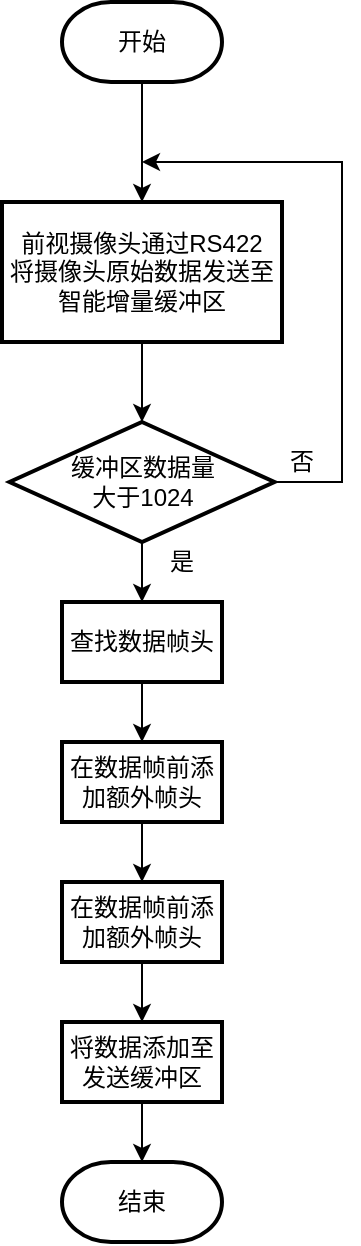
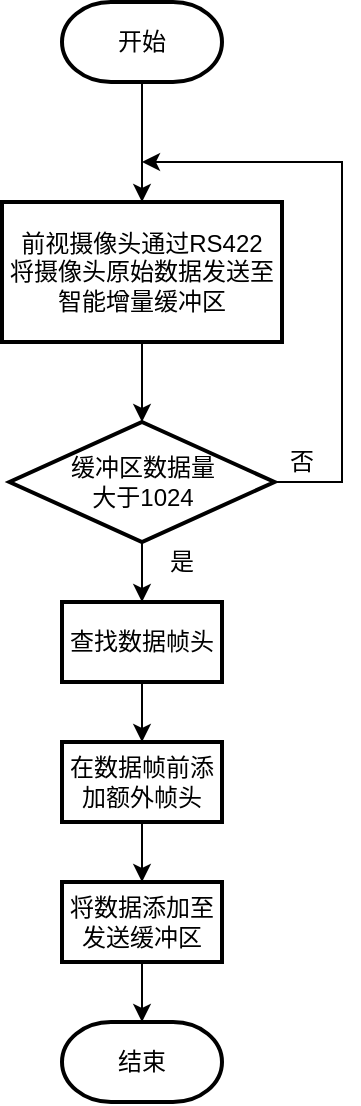
<mxfile host="app.diagrams.net">
  <diagram name="第 1 页" id="6XFq_oPOl3FW5iH_-F8y">
-     <mxGraphModel dx="1106" dy="710" grid="1" gridSize="10" guides="1" tooltips="1" connect="1" arrows="1" fold="1" page="1" pageScale="1" pageWidth="827" pageHeight="1169" math="0" shadow="0">
+     <mxGraphModel dx="1032" dy="663" grid="1" gridSize="10" guides="1" tooltips="1" connect="1" arrows="1" fold="1" page="1" pageScale="1" pageWidth="827" pageHeight="1169" math="0" shadow="0">
      <root>
        <mxCell id="0" />
        <mxCell id="1" parent="0" />
        <mxCell id="WzV0jOyGfDMt8N5RZz91-1" parent="1" style="strokeWidth=2;html=1;shape=mxgraph.flowchart.terminator;whiteSpace=wrap;" value="开始" vertex="1">
          <mxGeometry height="40" width="80" x="320" y="40" as="geometry" />
        </mxCell>
        <mxCell id="WzV0jOyGfDMt8N5RZz91-2" parent="1" style="rounded=1;whiteSpace=wrap;html=1;absoluteArcSize=1;arcSize=0;strokeWidth=2;" value="前视摄像头通过RS422&lt;div&gt;将摄像头原始数据发送至&lt;div&gt;智能增量缓冲区&lt;/div&gt;&lt;/div&gt;" vertex="1">
          <mxGeometry height="70" width="140" x="290" y="140" as="geometry" />
        </mxCell>
        <mxCell id="WzV0jOyGfDMt8N5RZz91-3" edge="1" parent="1" source="WzV0jOyGfDMt8N5RZz91-4" style="edgeStyle=orthogonalEdgeStyle;rounded=0;orthogonalLoop=1;jettySize=auto;html=1;exitX=1;exitY=0.5;exitDx=0;exitDy=0;exitPerimeter=0;">
          <mxGeometry relative="1" as="geometry">
            <Array as="points">
              <mxPoint x="460" y="280" />
              <mxPoint x="460" y="120" />
            </Array>
            <mxPoint x="360" y="120" as="targetPoint" />
          </mxGeometry>
        </mxCell>
        <mxCell id="WzV0jOyGfDMt8N5RZz91-4" parent="1" style="strokeWidth=2;html=1;shape=mxgraph.flowchart.decision;whiteSpace=wrap;" value="缓冲区数据量&lt;div&gt;大于1024&lt;br&gt;&lt;/div&gt;" vertex="1">
          <mxGeometry height="60" width="132.5" x="293.75" y="250" as="geometry" />
        </mxCell>
        <mxCell id="WzV0jOyGfDMt8N5RZz91-5" edge="1" parent="1" source="WzV0jOyGfDMt8N5RZz91-1" style="endArrow=classic;html=1;rounded=0;exitX=0.5;exitY=1;exitDx=0;exitDy=0;exitPerimeter=0;" target="WzV0jOyGfDMt8N5RZz91-2" value="">
          <mxGeometry height="50" relative="1" width="50" as="geometry">
            <mxPoint x="430" y="250" as="sourcePoint" />
            <mxPoint x="480" y="200" as="targetPoint" />
          </mxGeometry>
        </mxCell>
        <mxCell id="WzV0jOyGfDMt8N5RZz91-6" edge="1" parent="1" source="WzV0jOyGfDMt8N5RZz91-2" style="endArrow=classic;html=1;rounded=0;exitX=0.5;exitY=1;exitDx=0;exitDy=0;entryX=0.5;entryY=0;entryDx=0;entryDy=0;entryPerimeter=0;" target="WzV0jOyGfDMt8N5RZz91-4" value="">
          <mxGeometry height="50" relative="1" width="50" as="geometry">
            <mxPoint x="370" y="200" as="sourcePoint" />
            <mxPoint x="420" y="150" as="targetPoint" />
          </mxGeometry>
        </mxCell>
        <mxCell id="WzV0jOyGfDMt8N5RZz91-8" edge="1" parent="1" source="WzV0jOyGfDMt8N5RZz91-4" style="endArrow=classic;html=1;rounded=0;exitX=0.5;exitY=1;exitDx=0;exitDy=0;exitPerimeter=0;" target="WzV0jOyGfDMt8N5RZz91-22" value="">
          <mxGeometry height="50" relative="1" width="50" as="geometry">
            <mxPoint x="340" y="399" as="sourcePoint" />
            <mxPoint x="360" y="359" as="targetPoint" />
          </mxGeometry>
        </mxCell>
        <mxCell id="WzV0jOyGfDMt8N5RZz91-9" parent="1" style="text;html=1;whiteSpace=wrap;strokeColor=none;fillColor=none;align=center;verticalAlign=middle;rounded=0;" value="是" vertex="1">
          <mxGeometry height="20" width="40" x="360" y="310" as="geometry" />
        </mxCell>
        <mxCell id="WzV0jOyGfDMt8N5RZz91-14" edge="1" parent="1" source="WzV0jOyGfDMt8N5RZz91-22" style="endArrow=classic;html=1;rounded=0;exitX=0.5;exitY=1;exitDx=0;exitDy=0;entryX=0.5;entryY=0;entryDx=0;entryDy=0;" target="WzV0jOyGfDMt8N5RZz91-29" value="">
          <mxGeometry height="50" relative="1" width="50" as="geometry">
            <mxPoint x="360" y="419" as="sourcePoint" />
            <mxPoint x="360" y="440" as="targetPoint" />
          </mxGeometry>
        </mxCell>
        <mxCell id="WzV0jOyGfDMt8N5RZz91-15" parent="1" style="text;html=1;whiteSpace=wrap;strokeColor=none;fillColor=none;align=center;verticalAlign=middle;rounded=0;" value="否" vertex="1">
          <mxGeometry height="20" width="40" x="420" y="260" as="geometry" />
        </mxCell>
        <mxCell id="WzV0jOyGfDMt8N5RZz91-22" parent="1" style="rounded=1;whiteSpace=wrap;html=1;absoluteArcSize=1;arcSize=0;strokeWidth=2;" value="查找数据帧头" vertex="1">
          <mxGeometry height="40" width="80" x="320" y="340" as="geometry" />
        </mxCell>
        <mxCell id="WzV0jOyGfDMt8N5RZz91-25" parent="1" style="strokeWidth=2;html=1;shape=mxgraph.flowchart.terminator;whiteSpace=wrap;" value="结束" vertex="1">
-           <mxGeometry height="40" width="80" x="320" y="620" as="geometry" />
+           <mxGeometry height="40" width="80" x="320" y="550" as="geometry" />
        </mxCell>
-         <mxCell id="WzV0jOyGfDMt8N5RZz91-32" edge="1" parent="1" source="WzV0jOyGfDMt8N5RZz91-29" style="edgeStyle=orthogonalEdgeStyle;rounded=0;orthogonalLoop=1;jettySize=auto;html=1;" target="WzV0jOyGfDMt8N5RZz91-30" value="">
-           <mxGeometry relative="1" as="geometry" />
+         <mxCell id="WzV0jOyGfDMt8N5RZz91-32" edge="1" parent="1" source="WzV0jOyGfDMt8N5RZz91-29" style="edgeStyle=orthogonalEdgeStyle;rounded=0;orthogonalLoop=1;jettySize=auto;html=1;" value="">
+           <mxGeometry relative="1" as="geometry">
+             <mxPoint x="360" y="480" as="targetPoint" />
+           </mxGeometry>
        </mxCell>
        <mxCell id="WzV0jOyGfDMt8N5RZz91-29" parent="1" style="rounded=1;whiteSpace=wrap;html=1;absoluteArcSize=1;arcSize=0;strokeWidth=2;" value="在数据帧前添加额外帧头" vertex="1">
          <mxGeometry height="40" width="80" x="320" y="410" as="geometry" />
-         </mxCell>
-         <mxCell id="WzV0jOyGfDMt8N5RZz91-35" edge="1" parent="1" source="WzV0jOyGfDMt8N5RZz91-30" style="edgeStyle=orthogonalEdgeStyle;rounded=0;orthogonalLoop=1;jettySize=auto;html=1;" target="WzV0jOyGfDMt8N5RZz91-34" value="">
-           <mxGeometry relative="1" as="geometry" />
-         </mxCell>
-         <mxCell id="WzV0jOyGfDMt8N5RZz91-30" parent="1" style="rounded=1;whiteSpace=wrap;html=1;absoluteArcSize=1;arcSize=0;strokeWidth=2;" value="在数据帧前添加额外帧头" vertex="1">
-           <mxGeometry height="40" width="80" x="320" y="480" as="geometry" />
        </mxCell>
        <mxCell id="WzV0jOyGfDMt8N5RZz91-36" edge="1" parent="1" source="WzV0jOyGfDMt8N5RZz91-34" style="edgeStyle=orthogonalEdgeStyle;rounded=0;orthogonalLoop=1;jettySize=auto;html=1;" target="WzV0jOyGfDMt8N5RZz91-25" value="">
          <mxGeometry relative="1" as="geometry" />
        </mxCell>
        <mxCell id="WzV0jOyGfDMt8N5RZz91-34" parent="1" style="rounded=1;whiteSpace=wrap;html=1;absoluteArcSize=1;arcSize=0;strokeWidth=2;" value="将数据添加至发送缓冲区" vertex="1">
-           <mxGeometry height="40" width="80" x="320" y="550" as="geometry" />
+           <mxGeometry height="40" width="80" x="320" y="480" as="geometry" />
        </mxCell>
      </root>
    </mxGraphModel>
  </diagram>
</mxfile>
